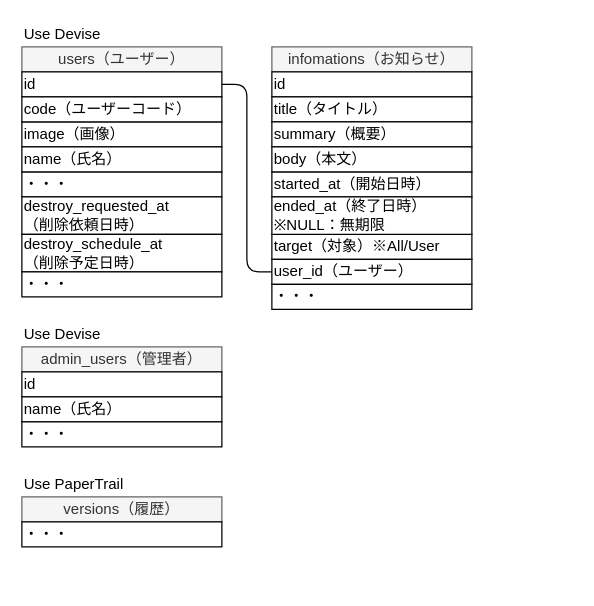
Above: 設計/ER図.drawio in nightonlypj/rails-app-origin (draw.io), before the change. Source tidied: cells renumbered, new cells numbered last; positions are measured from the earlier drawing's top-left corner, leaving out a move shared by most shapes. Both pictures are drawn from the tidied source at 125%, with x=0, y=0 at pixel (21, 21).
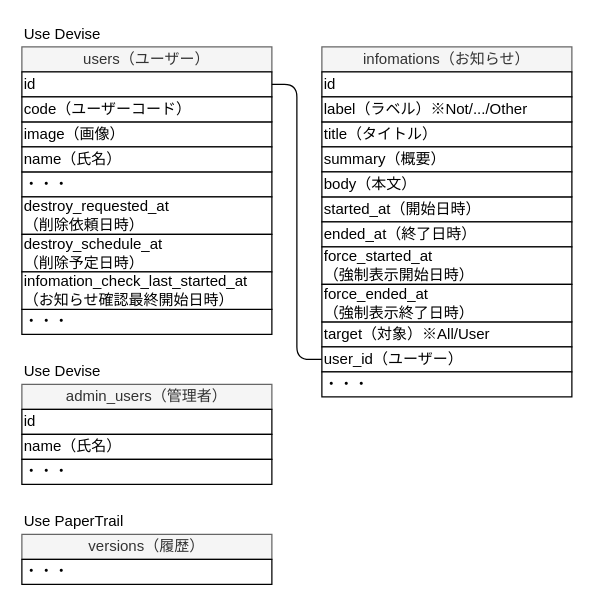
The same page after the edit.

Change to the diagram source:
```diff
@@
     <mxCell id="2" value="users（ユーザー）" style="rounded=0;whiteSpace=wrap;html=1;fillColor=#f5f5f5;strokeColor=#666666;fontColor=#333333;" parent="1" vertex="1">
-      <mxGeometry y="20" width="160" height="20" as="geometry" />
+      <mxGeometry y="20" width="200" height="20" as="geometry" />
     </mxCell>
     <mxCell id="3" value="id" style="rounded=0;whiteSpace=wrap;html=1;align=left;" parent="1" vertex="1">
-      <mxGeometry y="40" width="160" height="20" as="geometry" />
+      <mxGeometry y="40" width="200" height="20" as="geometry" />
     </mxCell>
     <mxCell id="4" value="image（画像）" style="rounded=0;whiteSpace=wrap;html=1;align=left;" parent="1" vertex="1">
-      <mxGeometry y="80" width="160" height="20" as="geometry" />
+      <mxGeometry y="80" width="200" height="20" as="geometry" />
     </mxCell>
     <mxCell id="5" value="・・・" style="rounded=0;whiteSpace=wrap;html=1;align=left;" parent="1" vertex="1">
-      <mxGeometry y="120" width="160" height="20" as="geometry" />
+      <mxGeometry y="120" width="200" height="20" as="geometry" />
     </mxCell>
     <mxCell id="6" value="name（氏名）" style="rounded=0;whiteSpace=wrap;html=1;align=left;" parent="1" vertex="1">
-      <mxGeometry y="100" width="160" height="20" as="geometry" />
+      <mxGeometry y="100" width="200" height="20" as="geometry" />
     </mxCell>
     <mxCell id="7" value="destroy_requested_at&lt;br&gt;（削除依頼日時）" style="rounded=0;whiteSpace=wrap;html=1;align=left;" parent="1" vertex="1">
-      <mxGeometry y="140" width="160" height="30" as="geometry" />
+      <mxGeometry y="140" width="200" height="30" as="geometry" />
     </mxCell>
     <mxCell id="8" value="destroy_schedule_at&lt;br&gt;（削除予定日時）" style="rounded=0;whiteSpace=wrap;html=1;align=left;" parent="1" vertex="1">
-      <mxGeometry y="170" width="160" height="30" as="geometry" />
+      <mxGeometry y="170" width="200" height="30" as="geometry" />
     </mxCell>
     <mxCell id="9" value="・・・" style="rounded=0;whiteSpace=wrap;html=1;align=left;" parent="1" vertex="1">
-      <mxGeometry y="200" width="160" height="20" as="geometry" />
+      <mxGeometry y="230" width="200" height="20" as="geometry" />
     </mxCell>
     <mxCell id="10" value="code（ユーザーコード）" style="rounded=0;whiteSpace=wrap;html=1;align=left;" parent="1" vertex="1">
-      <mxGeometry y="60" width="160" height="20" as="geometry" />
+      <mxGeometry y="60" width="200" height="20" as="geometry" />
     </mxCell>
     <mxCell id="11" value="versions（履歴）" style="rounded=0;whiteSpace=wrap;html=1;fillColor=#f5f5f5;strokeColor=#666666;fontColor=#333333;" parent="1" vertex="1">
-      <mxGeometry y="380" width="160" height="20" as="geometry" />
+      <mxGeometry y="410" width="200" height="20" as="geometry" />
     </mxCell>
     <mxCell id="12" value="・・・" style="rounded=0;whiteSpace=wrap;html=1;align=left;" parent="1" vertex="1">
-      <mxGeometry y="400" width="160" height="20" as="geometry" />
+      <mxGeometry y="430" width="200" height="20" as="geometry" />
     </mxCell>
     <mxCell id="13" value="admin_users（管理者）" style="rounded=0;whiteSpace=wrap;html=1;fillColor=#f5f5f5;strokeColor=#666666;fontColor=#333333;" parent="1" vertex="1">
-      <mxGeometry y="260" width="160" height="20" as="geometry" />
+      <mxGeometry y="290" width="200" height="20" as="geometry" />
     </mxCell>
     <mxCell id="14" value="id" style="rounded=0;whiteSpace=wrap;html=1;align=left;" parent="1" vertex="1">
-      <mxGeometry y="280" width="160" height="20" as="geometry" />
+      <mxGeometry y="310" width="200" height="20" as="geometry" />
     </mxCell>
     <mxCell id="15" value="name（氏名）" style="rounded=0;whiteSpace=wrap;html=1;align=left;" parent="1" vertex="1">
-      <mxGeometry y="300" width="160" height="20" as="geometry" />
+      <mxGeometry y="330" width="200" height="20" as="geometry" />
     </mxCell>
     <mxCell id="16" value="・・・" style="rounded=0;whiteSpace=wrap;html=1;align=left;" parent="1" vertex="1">
-      <mxGeometry y="320" width="160" height="20" as="geometry" />
+      <mxGeometry y="350" width="200" height="20" as="geometry" />
     </mxCell>
     <mxCell id="17" value="infomations（お知らせ）" style="rounded=0;whiteSpace=wrap;html=1;fillColor=#f5f5f5;strokeColor=#666666;fontColor=#333333;" parent="1" vertex="1">
-      <mxGeometry x="200" y="20" width="160" height="20" as="geometry" />
+      <mxGeometry x="240" y="20" width="200" height="20" as="geometry" />
     </mxCell>
     <mxCell id="18" value="id" style="rounded=0;whiteSpace=wrap;html=1;align=left;" parent="1" vertex="1">
-      <mxGeometry x="200" y="40" width="160" height="20" as="geometry" />
+      <mxGeometry x="240" y="40" width="200" height="20" as="geometry" />
     </mxCell>
     <mxCell id="19" value="&lt;span&gt;started_at（&lt;/span&gt;開始日時）" style="rounded=0;whiteSpace=wrap;html=1;align=left;" parent="1" vertex="1">
-      <mxGeometry x="200" y="120" width="160" height="20" as="geometry" />
+      <mxGeometry x="240" y="140" width="200" height="20" as="geometry" />
     </mxCell>
     <mxCell id="20" value="title（タイトル）" style="rounded=0;whiteSpace=wrap;html=1;align=left;" parent="1" vertex="1">
-      <mxGeometry x="200" y="60" width="160" height="20" as="geometry" />
+      <mxGeometry x="240" y="80" width="200" height="20" as="geometry" />
     </mxCell>
     <mxCell id="21" value="target（対象）※All/User" style="rounded=0;whiteSpace=wrap;html=1;align=left;" parent="1" vertex="1">
-      <mxGeometry x="200" y="170" width="160" height="20" as="geometry" />
+      <mxGeometry x="240" y="240" width="200" height="20" as="geometry" />
     </mxCell>
     <mxCell id="22" value="user_id（ユーザー）" style="rounded=0;whiteSpace=wrap;html=1;align=left;" parent="1" vertex="1">
-      <mxGeometry x="200" y="190" width="160" height="20" as="geometry" />
+      <mxGeometry x="240" y="260" width="200" height="20" as="geometry" />
     </mxCell>
     <mxCell id="23" value="・・・" style="rounded=0;whiteSpace=wrap;html=1;align=left;" parent="1" vertex="1">
-      <mxGeometry x="200" y="210" width="160" height="20" as="geometry" />
+      <mxGeometry x="240" y="280" width="200" height="20" as="geometry" />
     </mxCell>
     <mxCell id="24" value="summary（概要）" style="rounded=0;whiteSpace=wrap;html=1;align=left;" parent="1" vertex="1">
-      <mxGeometry x="200" y="80" width="160" height="20" as="geometry" />
+      <mxGeometry x="240" y="100" width="200" height="20" as="geometry" />
     </mxCell>
     <mxCell id="25" value="body（本文）" style="rounded=0;whiteSpace=wrap;html=1;align=left;" parent="1" vertex="1">
-      <mxGeometry x="200" y="100" width="160" height="20" as="geometry" />
+      <mxGeometry x="240" y="120" width="200" height="20" as="geometry" />
     </mxCell>
-    <mxCell id="26" value="ended_at（終了日時）&lt;br&gt;※NULL：無期限" style="rounded=0;whiteSpace=wrap;html=1;align=left;" parent="1" vertex="1">
-      <mxGeometry x="200" y="140" width="160" height="30" as="geometry" />
+    <mxCell id="26" value="ended_at（終了日時）" style="rounded=0;whiteSpace=wrap;html=1;align=left;" parent="1" vertex="1">
+      <mxGeometry x="240" y="160" width="200" height="20" as="geometry" />
     </mxCell>
@@
     <mxCell id="28" value="Use&amp;nbsp;PaperTrail" style="text;html=1;strokeColor=none;fillColor=none;align=left;verticalAlign=middle;whiteSpace=wrap;rounded=0;" parent="1" vertex="1">
-      <mxGeometry y="360" width="90" height="20" as="geometry" />
+      <mxGeometry y="390" width="90" height="20" as="geometry" />
     </mxCell>
     <mxCell id="29" value="Use Devise" style="text;html=1;strokeColor=none;fillColor=none;align=left;verticalAlign=middle;whiteSpace=wrap;rounded=0;" parent="1" vertex="1">
-      <mxGeometry y="240" width="70" height="20" as="geometry" />
+      <mxGeometry y="270" width="70" height="20" as="geometry" />
     </mxCell>
@@
+    <mxCell id="31" value="label（ラベル）※Not/.../Other" style="rounded=0;whiteSpace=wrap;html=1;align=left;" parent="1" vertex="1">
+      <mxGeometry x="240" y="60" width="200" height="20" as="geometry" />
+    </mxCell>
+    <mxCell id="32" value="&lt;span&gt;force_started_at&lt;br&gt;（強制表示&lt;/span&gt;開始日時）" style="rounded=0;whiteSpace=wrap;html=1;align=left;" parent="1" vertex="1">
+      <mxGeometry x="240" y="180" width="200" height="30" as="geometry" />
+    </mxCell>
+    <mxCell id="33" value="force_ended_at&lt;br&gt;（強制表示終了日時）" style="rounded=0;whiteSpace=wrap;html=1;align=left;" parent="1" vertex="1">
+      <mxGeometry x="240" y="210" width="200" height="30" as="geometry" />
+    </mxCell>
+    <mxCell id="34" value="infomation_check_last_started_at&lt;br&gt;（お知らせ確認最終開始日時）" style="rounded=0;whiteSpace=wrap;html=1;align=left;" parent="1" vertex="1">
+      <mxGeometry y="200" width="200" height="30" as="geometry" />
+    </mxCell>
```
